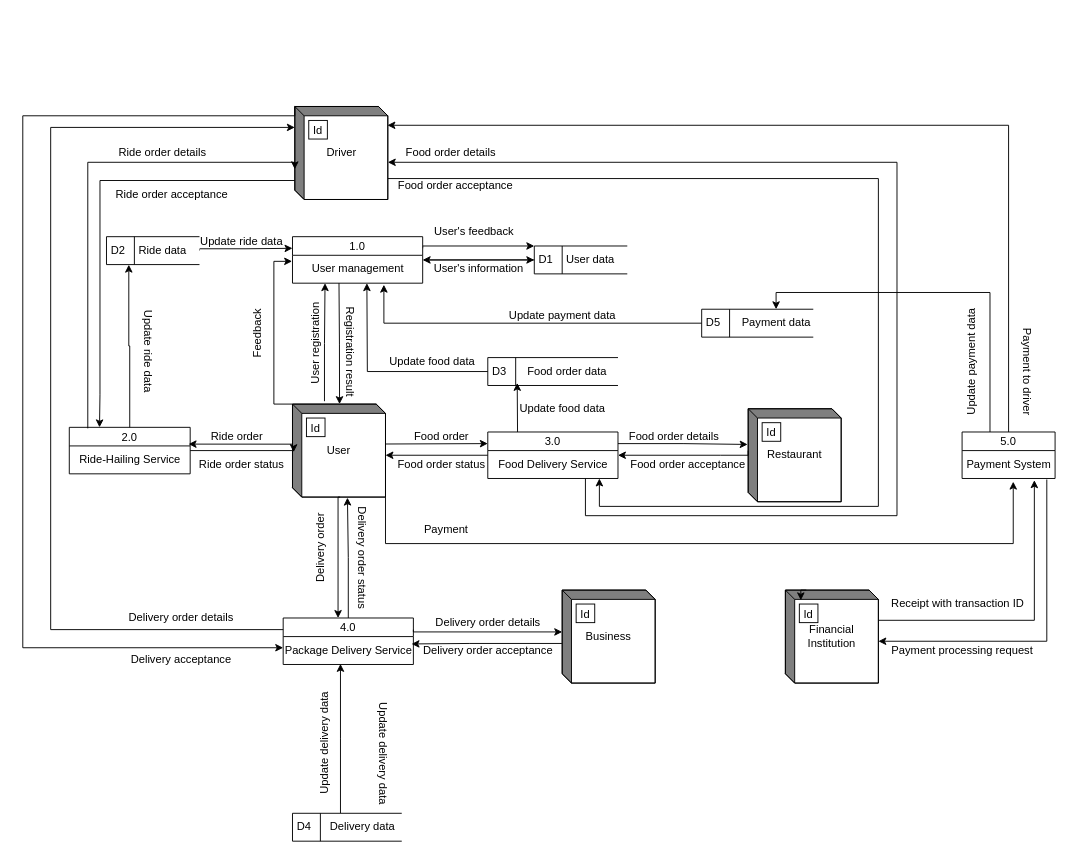
Mariposito/Book-Rental-Shop keeps this draw.io diagram as 未命名绘图.drawio. Above is the earlier version. Source tidied: cells renumbered, new cells numbered last; positions are measured from the earlier drawing's top-left corner, leaving out a move shared by most shapes. Both pictures are drawn from the tidied source at 93%, with x=0, y=0 at pixel (22, 106).
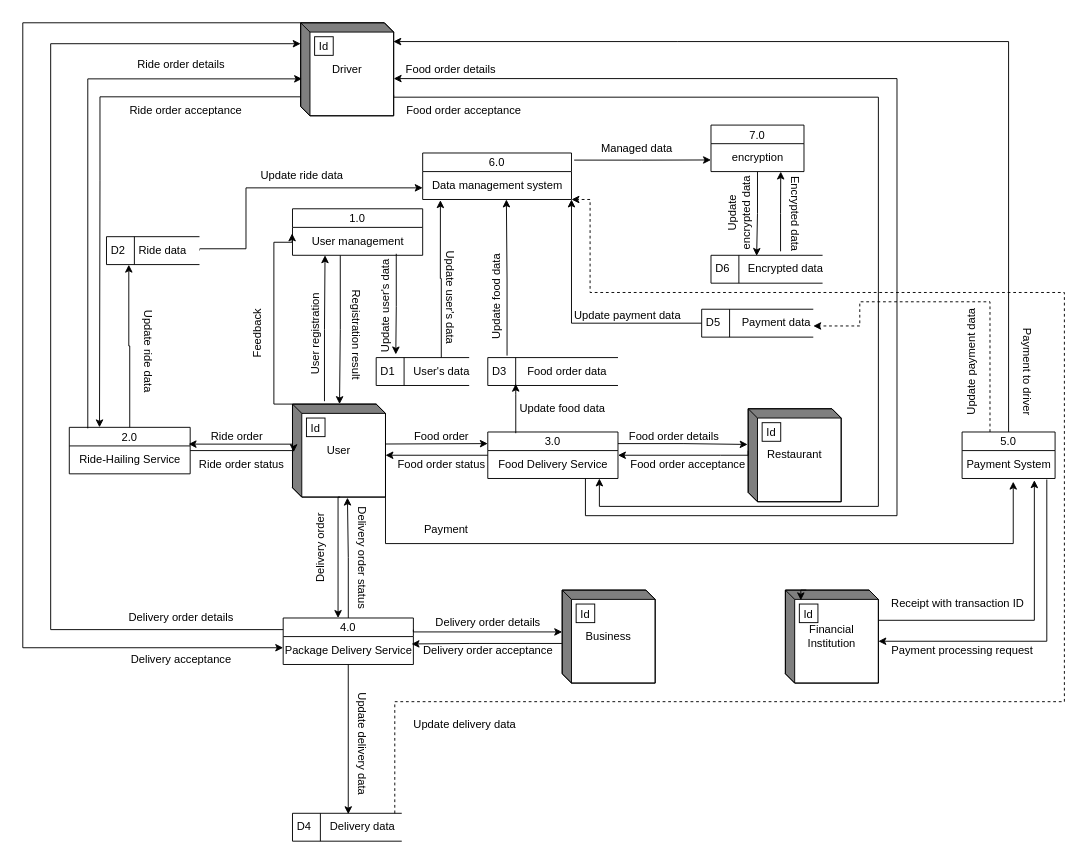
The same page after the edit.

Unchanged cells that the change refers to:
```xml
<mxCell id="2" value="3.0" style="swimlane;fontStyle=0;horizontal=1;startSize=20;fillColor=#ffffff;swimlaneFillColor=#ffffff;" parent="1" vertex="1">
  <mxGeometry x="500" y="350" width="140" height="50" as="geometry" />
</mxCell>
<mxCell id="5" value="User" style="html=1;dashed=0;whiteSpace=wrap;shape=mxgraph.dfd.externalEntity;" parent="1" vertex="1">
  <mxGeometry x="290" y="320" width="100" height="100" as="geometry" />
</mxCell>
<mxCell id="10" value="2.0" style="swimlane;fontStyle=0;horizontal=1;startSize=20;fillColor=#ffffff;swimlaneFillColor=#ffffff;" parent="1" vertex="1">
  <mxGeometry x="50" y="345" width="130" height="50" as="geometry" />
</mxCell>
<mxCell id="16" value="4.0" style="swimlane;fontStyle=0;horizontal=1;startSize=20;fillColor=#ffffff;swimlaneFillColor=#ffffff;" parent="1" vertex="1">
  <mxGeometry x="280" y="550" width="140" height="50" as="geometry" />
</mxCell>
<mxCell id="17" value="Package Delivery Service" style="text;html=1;align=center;verticalAlign=middle;points=[];strokeColor=none;fillColor=none;" parent="16" vertex="1">
  <mxGeometry y="20" width="140" height="30" as="geometry" />
</mxCell>
<mxCell id="47" value="D3" style="html=1;dashed=0;whiteSpace=wrap;shape=mxgraph.dfd.dataStoreID;align=left;spacingLeft=3;points=[[0,0],[0.5,0],[1,0],[0,0.5],[1,0.5],[0,1],[0.5,1],[1,1]];" parent="1" vertex="1">
  <mxGeometry x="500" y="270" width="140" height="30" as="geometry" />
</mxCell>
<mxCell id="48" value="Food order data" style="text;html=1;align=center;verticalAlign=middle;points=[];strokeColor=none;fillColor=none;" parent="1" vertex="1">
  <mxGeometry x="530" y="270" width="110" height="30" as="geometry" />
</mxCell>
<mxCell id="53" value="User management" style="text;html=1;align=center;verticalAlign=middle;points=[];strokeColor=none;fillColor=none;" parent="52" vertex="1">
  <mxGeometry y="20" width="140" height="30" as="geometry" />
</mxCell>
<mxCell id="77" value="Delivery data" style="text;html=1;align=center;verticalAlign=middle;points=[];strokeColor=none;fillColor=none;" parent="1" vertex="1">
  <mxGeometry x="320" y="760" width="90" height="30" as="geometry" />
</mxCell>
<mxCell id="85" value="D5" style="html=1;dashed=0;whiteSpace=wrap;shape=mxgraph.dfd.dataStoreID;align=left;spacingLeft=3;points=[[0,0],[0.5,0],[1,0],[0,0.5],[1,0.5],[0,1],[0.5,1],[1,1]];" parent="1" vertex="1">
  <mxGeometry x="730" y="218" width="120" height="30" as="geometry" />
</mxCell>
<mxCell id="86" value="Payment data" style="text;html=1;align=center;verticalAlign=middle;points=[];strokeColor=none;fillColor=none;" parent="1" vertex="1">
  <mxGeometry x="760" y="218" width="100" height="30" as="geometry" />
</mxCell>
```

The edit, as a diff of the source:
```diff
@@
     <mxCell id="28" style="edgeStyle=orthogonalEdgeStyle;rounded=0;jettySize=auto;html=1;exitX=0.029;exitY=0.796;exitDx=0;exitDy=0;exitPerimeter=0;entryX=0.25;entryY=0;entryDx=0;entryDy=0;" parent="1" edge="1" source="30" target="10">
       <mxGeometry relative="1" as="geometry">
         <Array as="points">
+          <mxPoint x="83" y="-10" />
           <mxPoint x="83" y="80" />
-          <mxPoint x="83" y="310" />
         </Array>
       </mxGeometry>
     </mxCell>
     <mxCell id="29" style="edgeStyle=orthogonalEdgeStyle;rounded=0;jettySize=auto;html=1;exitX=0;exitY=0;exitDx=100;exitDy=77.5;exitPerimeter=0;" parent="1" edge="1" source="30">
       <mxGeometry relative="1" as="geometry">
         <mxPoint x="620" y="400" as="targetPoint" />
         <Array as="points">
-          <mxPoint x="920" y="77" />
+          <mxPoint x="399" y="-10" />
+          <mxPoint x="920" y="-10" />
           <mxPoint x="920" y="430" />
           <mxPoint x="620" y="430" />
         </Array>
       </mxGeometry>
     </mxCell>
     <mxCell id="30" value="Driver" style="html=1;dashed=0;whiteSpace=wrap;shape=mxgraph.dfd.externalEntity;" parent="1" vertex="1">
-      <mxGeometry x="292.5" width="100" height="100" as="geometry" />
+      <mxGeometry x="298.8" y="-90" width="100" height="100" as="geometry" />
     </mxCell>
@@
-    <mxCell id="32" style="edgeStyle=orthogonalEdgeStyle;rounded=0;jettySize=auto;html=1;entryX=0;entryY=0;entryDx=0;entryDy=67.5;entryPerimeter=0;exitX=0.153;exitY=0.022;exitDx=0;exitDy=0;exitPerimeter=0;" parent="1" edge="1" source="10" target="30">
+    <mxCell id="32" style="edgeStyle=orthogonalEdgeStyle;rounded=0;jettySize=auto;html=1;exitX=0.153;exitY=0.022;exitDx=0;exitDy=0;exitPerimeter=0;entryX=0.015;entryY=0.603;entryDx=0;entryDy=0;entryPerimeter=0;" parent="1" edge="1" source="10" target="30">
       <mxGeometry relative="1" as="geometry">
         <Array as="points">
-          <mxPoint x="70" y="60" />
-          <mxPoint x="292" y="60" />
+          <mxPoint x="70" y="-30" />
         </Array>
       </mxGeometry>
     </mxCell>
     <mxCell id="33" value="Ride order details" style="text;html=1;align=center;verticalAlign=middle;strokeColor=none;fillColor=none;" parent="1" vertex="1">
-      <mxGeometry x="90" y="35" width="120" height="30" as="geometry" />
+      <mxGeometry x="110" y="-60" width="120" height="30" as="geometry" />
     </mxCell>
     <mxCell id="34" value="Ride order acceptance" style="text;html=1;align=center;verticalAlign=middle;strokeColor=none;fillColor=none;" parent="1" vertex="1">
-      <mxGeometry x="90" y="80" width="140" height="30" as="geometry" />
+      <mxGeometry x="105" y="-10" width="140" height="30" as="geometry" />
     </mxCell>
     <mxCell id="35" value="Food order acceptance" style="text;html=1;align=center;verticalAlign=middle;strokeColor=none;fillColor=none;" parent="1" vertex="1">
-      <mxGeometry x="390" y="70" width="150" height="30" as="geometry" />
+      <mxGeometry x="398.8" y="-10" width="150" height="30" as="geometry" />
     </mxCell>
     <mxCell id="36" value="Food order details" style="text;html=1;align=center;verticalAlign=middle;strokeColor=none;fillColor=none;" parent="1" vertex="1">
-      <mxGeometry x="400" y="35" width="120" height="30" as="geometry" />
+      <mxGeometry x="400" y="-55" width="120" height="30" as="geometry" />
     </mxCell>
     <mxCell id="37" style="edgeStyle=orthogonalEdgeStyle;rounded=0;jettySize=auto;html=1;exitX=0;exitY=0.25;exitDx=0;exitDy=0;entryX=0;entryY=0;entryDx=0;entryDy=22.5;entryPerimeter=0;" parent="1" edge="1" source="16" target="30">
       <mxGeometry relative="1" as="geometry">
         <Array as="points">
-          <mxPoint x="30" y="562" />
-          <mxPoint x="30" y="22" />
+          <mxPoint x="30" y="563" />
+          <mxPoint x="30" y="-67" />
         </Array>
       </mxGeometry>
     </mxCell>
@@
     <mxCell id="39" style="edgeStyle=orthogonalEdgeStyle;rounded=0;jettySize=auto;html=1;exitX=0;exitY=0;exitDx=0;exitDy=0;exitPerimeter=0;" parent="1" edge="1" source="30" target="17">
       <mxGeometry relative="1" as="geometry">
         <Array as="points">
-          <mxPoint x="293" y="10" />
-          <mxPoint y="10" />
+          <mxPoint y="-90" />
           <mxPoint y="582" />
         </Array>
       </mxGeometry>
     </mxCell>
@@
-    <mxCell id="50" style="edgeStyle=orthogonalEdgeStyle;rounded=0;jettySize=auto;html=1;exitX=1.008;exitY=0.168;exitDx=0;exitDy=0;entryX=0;entryY=0.5;entryDx=0;entryDy=0;exitPerimeter=0;" parent="1" edge="1" source="53" target="60">
-      <mxGeometry relative="1" as="geometry" />
-    </mxCell>
-    <mxCell id="51" style="edgeStyle=orthogonalEdgeStyle;rounded=0;jettySize=auto;html=1;exitX=1;exitY=0.25;exitDx=0;exitDy=0;entryX=0;entryY=0;entryDx=0;entryDy=0;" parent="1" edge="1" source="52" target="60">
-      <mxGeometry relative="1" as="geometry">
-        <Array as="points">
-          <mxPoint x="430" y="150" />
-        </Array>
-      </mxGeometry>
-    </mxCell>
     <mxCell id="52" value="1.0" style="swimlane;fontStyle=0;horizontal=1;startSize=20;fillColor=#ffffff;swimlaneFillColor=#ffffff;" parent="1" vertex="1">
-      <mxGeometry x="290" y="140" width="140" height="50" as="geometry" />
+      <mxGeometry x="290" y="110" width="140" height="50" as="geometry" />
     </mxCell>
@@
     <mxCell id="55" value="User registration" style="text;html=1;align=center;verticalAlign=middle;strokeColor=none;fillColor=none;rotation=270;" parent="1" vertex="1">
-      <mxGeometry x="260" y="240" width="110" height="30" as="geometry" />
+      <mxGeometry x="260" y="230" width="110" height="30" as="geometry" />
     </mxCell>
-    <mxCell id="56" style="edgeStyle=orthogonalEdgeStyle;rounded=0;jettySize=auto;html=1;entryX=0.506;entryY=0;entryDx=0;entryDy=0;entryPerimeter=0;" parent="1" edge="1" target="5">
-      <mxGeometry relative="1" as="geometry">
-        <mxPoint x="340" y="190" as="sourcePoint" />
-      </mxGeometry>
+    <mxCell id="56" style="edgeStyle=orthogonalEdgeStyle;rounded=0;jettySize=auto;html=1;entryX=0.506;entryY=0;entryDx=0;entryDy=0;entryPerimeter=0;exitX=0.367;exitY=1.006;exitDx=0;exitDy=0;exitPerimeter=0;" parent="1" edge="1" source="53" target="5">
+      <mxGeometry relative="1" as="geometry" />
     </mxCell>
     <mxCell id="57" value="Registration result" style="text;html=1;align=center;verticalAlign=middle;strokeColor=none;fillColor=none;rotation=90;" parent="1" vertex="1">
-      <mxGeometry x="292.5" y="248" width="120" height="30" as="geometry" />
+      <mxGeometry x="298.8" y="230" width="120" height="30" as="geometry" />
     </mxCell>
     <mxCell id="58" style="edgeStyle=orthogonalEdgeStyle;rounded=0;jettySize=auto;html=1;exitX=0;exitY=0;exitDx=0;exitDy=0;exitPerimeter=0;entryX=-0.003;entryY=0.217;entryDx=0;entryDy=0;entryPerimeter=0;" parent="1" edge="1" source="5" target="53">
       <mxGeometry relative="1" as="geometry">
         <Array as="points">
           <mxPoint x="270" y="320" />
-          <mxPoint x="270" y="167" />
+          <mxPoint x="270" y="146" />
         </Array>
       </mxGeometry>
     </mxCell>
@@
-    <mxCell id="60" value="D1" style="html=1;dashed=0;whiteSpace=wrap;shape=mxgraph.dfd.dataStoreID;align=left;spacingLeft=3;points=[[0,0],[0.5,0],[1,0],[0,0.5],[1,0.5],[0,1],[0.5,1],[1,1]];" parent="1" vertex="1">
-      <mxGeometry x="550" y="150" width="100" height="30" as="geometry" />
-    </mxCell>
-    <mxCell id="61" value="User's feedback" style="text;html=1;align=center;verticalAlign=middle;strokeColor=none;fillColor=none;" parent="1" vertex="1">
-      <mxGeometry x="430" y="120" width="110" height="30" as="geometry" />
-    </mxCell>
-    <mxCell id="62" style="edgeStyle=orthogonalEdgeStyle;rounded=0;jettySize=auto;html=1;exitX=0;exitY=0.5;exitDx=0;exitDy=0;" parent="1" edge="1" source="60">
-      <mxGeometry relative="1" as="geometry">
-        <mxPoint x="430" y="165" as="targetPoint" />
-        <Array as="points">
-          <mxPoint x="430" y="165" />
-        </Array>
-      </mxGeometry>
-    </mxCell>
-    <mxCell id="63" value="User's information" style="text;html=1;align=center;verticalAlign=middle;strokeColor=none;fillColor=none;" parent="1" vertex="1">
-      <mxGeometry x="430" y="160" width="120" height="30" as="geometry" />
-    </mxCell>
-    <mxCell id="64" value="User data" style="text;html=1;align=center;verticalAlign=middle;strokeColor=none;fillColor=none;" parent="1" vertex="1">
-      <mxGeometry x="570" y="150" width="80" height="30" as="geometry" />
-    </mxCell>
-    <mxCell id="65" style="edgeStyle=orthogonalEdgeStyle;rounded=0;jettySize=auto;html=1;entryX=0;entryY=0.25;entryDx=0;entryDy=0;" parent="1" edge="1" target="52">
+    <mxCell id="65" style="edgeStyle=orthogonalEdgeStyle;rounded=0;jettySize=auto;html=1;entryX=0;entryY=0.75;entryDx=0;entryDy=0;" parent="1" edge="1" target="101">
       <mxGeometry relative="1" as="geometry">
         <mxPoint x="190" y="155" as="sourcePoint" />
         <Array as="points">
           <mxPoint x="190" y="153" />
           <mxPoint x="240" y="153" />
+          <mxPoint x="240" y="88" />
         </Array>
       </mxGeometry>
     </mxCell>
@@
     <mxCell id="70" value="Update ride data" style="text;html=1;align=center;verticalAlign=middle;strokeColor=none;fillColor=none;" parent="1" vertex="1">
-      <mxGeometry x="180" y="130" width="110" height="30" as="geometry" />
+      <mxGeometry x="245" y="60" width="110" height="30" as="geometry" />
     </mxCell>
-    <mxCell id="71" value="Update food data" style="text;html=1;align=center;verticalAlign=middle;strokeColor=none;fillColor=none;" parent="1" vertex="1">
-      <mxGeometry x="380" y="260" width="120" height="30" as="geometry" />
+    <mxCell id="71" value="Update food data" style="text;html=1;align=center;verticalAlign=middle;strokeColor=none;fillColor=none;rotation=-90;" parent="1" vertex="1">
+      <mxGeometry x="450" y="190" width="120" height="30" as="geometry" />
     </mxCell>
-    <mxCell id="72" style="edgeStyle=orthogonalEdgeStyle;rounded=0;jettySize=auto;html=1;entryX=0.015;entryY=0.908;entryDx=0;entryDy=0;entryPerimeter=0;" parent="1" edge="1" target="48">
+    <mxCell id="72" style="edgeStyle=orthogonalEdgeStyle;rounded=0;jettySize=auto;html=1;entryX=0;entryY=0.938;entryDx=0;entryDy=0;entryPerimeter=0;exitX=0.215;exitY=0.026;exitDx=0;exitDy=0;exitPerimeter=0;" parent="1" edge="1" source="2" target="48">
       <mxGeometry relative="1" as="geometry">
-        <mxPoint x="532" y="350" as="sourcePoint" />
         <Array as="points">
-          <mxPoint x="532" y="350" />
-          <mxPoint x="532" y="325" />
+          <mxPoint x="530" y="310" />
+          <mxPoint x="530" y="310" />
         </Array>
       </mxGeometry>
     </mxCell>
-    <mxCell id="73" style="edgeStyle=orthogonalEdgeStyle;rounded=0;jettySize=auto;html=1;exitX=0;exitY=0.5;exitDx=0;exitDy=0;" parent="1" edge="1" source="47">
+    <mxCell id="73" style="edgeStyle=orthogonalEdgeStyle;rounded=0;jettySize=auto;html=1;exitX=0.148;exitY=-0.071;exitDx=0;exitDy=0;exitPerimeter=0;" parent="1" edge="1" source="47">
       <mxGeometry relative="1" as="geometry">
-        <mxPoint x="370" y="190" as="targetPoint" />
+        <mxPoint x="520" y="100" as="targetPoint" />
       </mxGeometry>
     </mxCell>
-    <mxCell id="74" style="edgeStyle=orthogonalEdgeStyle;rounded=0;jettySize=auto;html=1;entryX=0.44;entryY=0.98;entryDx=0;entryDy=0;entryPerimeter=0;" parent="1" edge="1" source="77" target="17">
-      <mxGeometry relative="1" as="geometry">
-        <Array as="points">
-          <mxPoint x="342" y="680" />
-        </Array>
-      </mxGeometry>
-    </mxCell>
@@
-    <mxCell id="76" value="Update delivery data" style="text;html=1;align=center;verticalAlign=middle;strokeColor=none;fillColor=none;rotation=270;" parent="1" vertex="1">
-      <mxGeometry x="260" y="670" width="130" height="30" as="geometry" />
-    </mxCell>
+    <mxCell id="99" style="edgeStyle=orthogonalEdgeStyle;rounded=0;jettySize=auto;html=1;entryX=1;entryY=1;entryDx=0;entryDy=0;dashed=1;" parent="1" edge="1" source="77" target="101">
+      <mxGeometry relative="1" as="geometry">
+        <Array as="points">
+          <mxPoint x="400" y="640" />
+          <mxPoint x="1120" y="640" />
+          <mxPoint x="1120" y="200" />
+          <mxPoint x="610" y="200" />
+          <mxPoint x="610" y="100" />
+        </Array>
+      </mxGeometry>
+    </mxCell>
@@
     <mxCell id="78" value="Update delivery data" style="text;html=1;align=center;verticalAlign=middle;strokeColor=none;fillColor=none;rotation=90;" parent="1" vertex="1">
-      <mxGeometry x="322.5" y="680" width="130" height="30" as="geometry" />
+      <mxGeometry x="300" y="670" width="130" height="30" as="geometry" />
     </mxCell>
@@
     <mxCell id="84" style="edgeStyle=orthogonalEdgeStyle;rounded=0;jettySize=auto;html=1;exitX=0.75;exitY=1;exitDx=0;exitDy=0;" parent="1" edge="1" source="2" target="30">
       <mxGeometry relative="1" as="geometry">
         <Array as="points">
           <mxPoint x="605" y="440" />
           <mxPoint x="940" y="440" />
-          <mxPoint x="940" y="60" />
+          <mxPoint x="940" y="-30" />
         </Array>
       </mxGeometry>
     </mxCell>
@@
-    <mxCell id="87" style="edgeStyle=orthogonalEdgeStyle;rounded=0;jettySize=auto;html=1;" parent="1" edge="1" target="86">
+    <mxCell id="87" style="edgeStyle=orthogonalEdgeStyle;rounded=0;jettySize=auto;html=1;dashed=1;" parent="1" edge="1" target="85">
       <mxGeometry relative="1" as="geometry">
         <mxPoint x="1040" y="350" as="sourcePoint" />
         <Array as="points">
-          <mxPoint x="1040" y="200" />
-          <mxPoint x="810" y="200" />
+          <mxPoint x="1040" y="210" />
+          <mxPoint x="900" y="210" />
+          <mxPoint x="900" y="236" />
         </Array>
       </mxGeometry>
     </mxCell>
-    <mxCell id="88" style="edgeStyle=orthogonalEdgeStyle;rounded=0;jettySize=auto;html=1;entryX=0.702;entryY=1.055;entryDx=0;entryDy=0;entryPerimeter=0;" parent="1" edge="1" source="85" target="53">
+    <mxCell id="88" style="edgeStyle=orthogonalEdgeStyle;rounded=0;jettySize=auto;html=1;entryX=1;entryY=1;entryDx=0;entryDy=0;" parent="1" edge="1" source="85" target="101">
       <mxGeometry relative="1" as="geometry" />
     </mxCell>
     <mxCell id="89" value="Update payment data" style="text;html=1;align=center;verticalAlign=middle;strokeColor=none;fillColor=none;" parent="1" vertex="1">
-      <mxGeometry x="510" y="210" width="140" height="30" as="geometry" />
+      <mxGeometry x="580" y="210" width="140" height="30" as="geometry" />
     </mxCell>
@@
+    <mxCell id="100" style="edgeStyle=orthogonalEdgeStyle;rounded=0;jettySize=auto;html=1;exitX=1.018;exitY=0.153;exitDx=0;exitDy=0;entryX=0;entryY=0.75;entryDx=0;entryDy=0;exitPerimeter=0;" parent="1" edge="1" source="101" target="105">
+      <mxGeometry relative="1" as="geometry" />
+    </mxCell>
+    <mxCell id="101" value="6.0" style="swimlane;fontStyle=0;horizontal=1;startSize=20;fillColor=#ffffff;swimlaneFillColor=#ffffff;" parent="1" vertex="1">
+      <mxGeometry x="430" y="50" width="160" height="50" as="geometry" />
+    </mxCell>
+    <mxCell id="102" value="Data management system" style="text;html=1;align=center;verticalAlign=middle;points=[];strokeColor=none;fillColor=none;" parent="101" vertex="1">
+      <mxGeometry y="20" width="160" height="30" as="geometry" />
+    </mxCell>
+    <mxCell id="103" style="edgeStyle=orthogonalEdgeStyle;rounded=0;jettySize=auto;html=1;entryX=0.333;entryY=0.032;entryDx=0;entryDy=0;entryPerimeter=0;" parent="1" edge="1" source="17" target="77">
+      <mxGeometry relative="1" as="geometry" />
+    </mxCell>
+    <mxCell id="76" value="Update delivery data" style="text;html=1;align=center;verticalAlign=middle;strokeColor=none;fillColor=none;rotation=0;" parent="1" vertex="1">
+      <mxGeometry x="410" y="650" width="130" height="30" as="geometry" />
+    </mxCell>
+    <mxCell id="104" style="edgeStyle=orthogonalEdgeStyle;rounded=0;jettySize=auto;html=1;entryX=0.191;entryY=0.023;entryDx=0;entryDy=0;entryPerimeter=0;" parent="1" edge="1" source="105" target="116">
+      <mxGeometry relative="1" as="geometry" />
+    </mxCell>
+    <mxCell id="105" value="7.0" style="swimlane;fontStyle=0;horizontal=1;startSize=20;fillColor=#ffffff;swimlaneFillColor=#ffffff;" parent="1" vertex="1">
+      <mxGeometry x="740" y="20" width="100" height="50" as="geometry" />
+    </mxCell>
+    <mxCell id="106" value="Managed data" style="text;html=1;align=center;verticalAlign=middle;strokeColor=none;fillColor=none;" parent="1" vertex="1">
+      <mxGeometry x="610" y="30" width="100" height="30" as="geometry" />
+    </mxCell>
+    <mxCell id="107" style="edgeStyle=orthogonalEdgeStyle;rounded=0;jettySize=auto;html=1;entryX=0.75;entryY=1;entryDx=0;entryDy=0;exitX=0.448;exitY=-0.142;exitDx=0;exitDy=0;exitPerimeter=0;" parent="1" edge="1" source="116" target="105">
+      <mxGeometry relative="1" as="geometry" />
+    </mxCell>
+    <mxCell id="108" value="D6" style="html=1;dashed=0;whiteSpace=wrap;shape=mxgraph.dfd.dataStoreID;align=left;spacingLeft=3;" parent="1" vertex="1">
+      <mxGeometry x="740" y="160" width="120" height="30" as="geometry" />
+    </mxCell>
+    <mxCell id="109" value="Update&lt;div&gt;encrypted data&lt;/div&gt;" style="text;html=1;align=center;verticalAlign=middle;strokeColor=none;fillColor=none;rotation=-90;" parent="1" vertex="1">
+      <mxGeometry x="720" y="95" width="100" height="40" as="geometry" />
+    </mxCell>
+    <mxCell id="110" value="Encrypted data" style="text;html=1;align=center;verticalAlign=middle;strokeColor=none;fillColor=none;rotation=90;" parent="1" vertex="1">
+      <mxGeometry x="780" y="100" width="100" height="30" as="geometry" />
+    </mxCell>
+    <mxCell id="60" value="D1" style="html=1;dashed=0;whiteSpace=wrap;shape=mxgraph.dfd.dataStoreID;align=left;spacingLeft=3;points=[[0,0],[0.5,0],[1,0],[0,0.5],[1,0.5],[0,1],[0.5,1],[1,1]];" parent="1" vertex="1">
+      <mxGeometry x="380" y="270" width="100" height="30" as="geometry" />
+    </mxCell>
+    <mxCell id="111" style="edgeStyle=orthogonalEdgeStyle;rounded=0;jettySize=auto;html=1;entryX=0.119;entryY=1.025;entryDx=0;entryDy=0;entryPerimeter=0;" parent="1" edge="1" source="112" target="102">
+      <mxGeometry relative="1" as="geometry" />
+    </mxCell>
+    <mxCell id="112" value="User's data" style="text;html=1;align=center;verticalAlign=middle;points=[];strokeColor=none;fillColor=none;" parent="1" vertex="1">
+      <mxGeometry x="410" y="270" width="80" height="30" as="geometry" />
+    </mxCell>
+    <mxCell id="50" style="edgeStyle=orthogonalEdgeStyle;rounded=0;jettySize=auto;html=1;entryX=0.211;entryY=-0.113;entryDx=0;entryDy=0;entryPerimeter=0;exitX=0.797;exitY=0.947;exitDx=0;exitDy=0;exitPerimeter=0;" parent="1" edge="1" source="53" target="60">
+      <mxGeometry relative="1" as="geometry" />
+    </mxCell>
+    <mxCell id="113" value="Update user's data" style="text;html=1;align=center;verticalAlign=middle;strokeColor=none;fillColor=none;rotation=-90;" parent="1" vertex="1">
+      <mxGeometry x="330" y="200" width="120" height="30" as="geometry" />
+    </mxCell>
+    <mxCell id="114" value="Update user's data" style="text;html=1;align=center;verticalAlign=middle;strokeColor=none;fillColor=none;rotation=90;" parent="1" vertex="1">
+      <mxGeometry x="400" y="190" width="120" height="30" as="geometry" />
+    </mxCell>
+    <mxCell id="115" value="encryption" style="text;html=1;align=center;verticalAlign=middle;strokeColor=none;fillColor=none;" parent="1" vertex="1">
+      <mxGeometry x="740" y="40" width="100" height="30" as="geometry" />
+    </mxCell>
+    <mxCell id="116" value="Encrypted data" style="text;html=1;align=center;verticalAlign=middle;points=[];strokeColor=none;fillColor=none;rotation=0;" parent="1" vertex="1">
+      <mxGeometry x="770" y="160" width="100" height="30" as="geometry" />
+    </mxCell>
```
